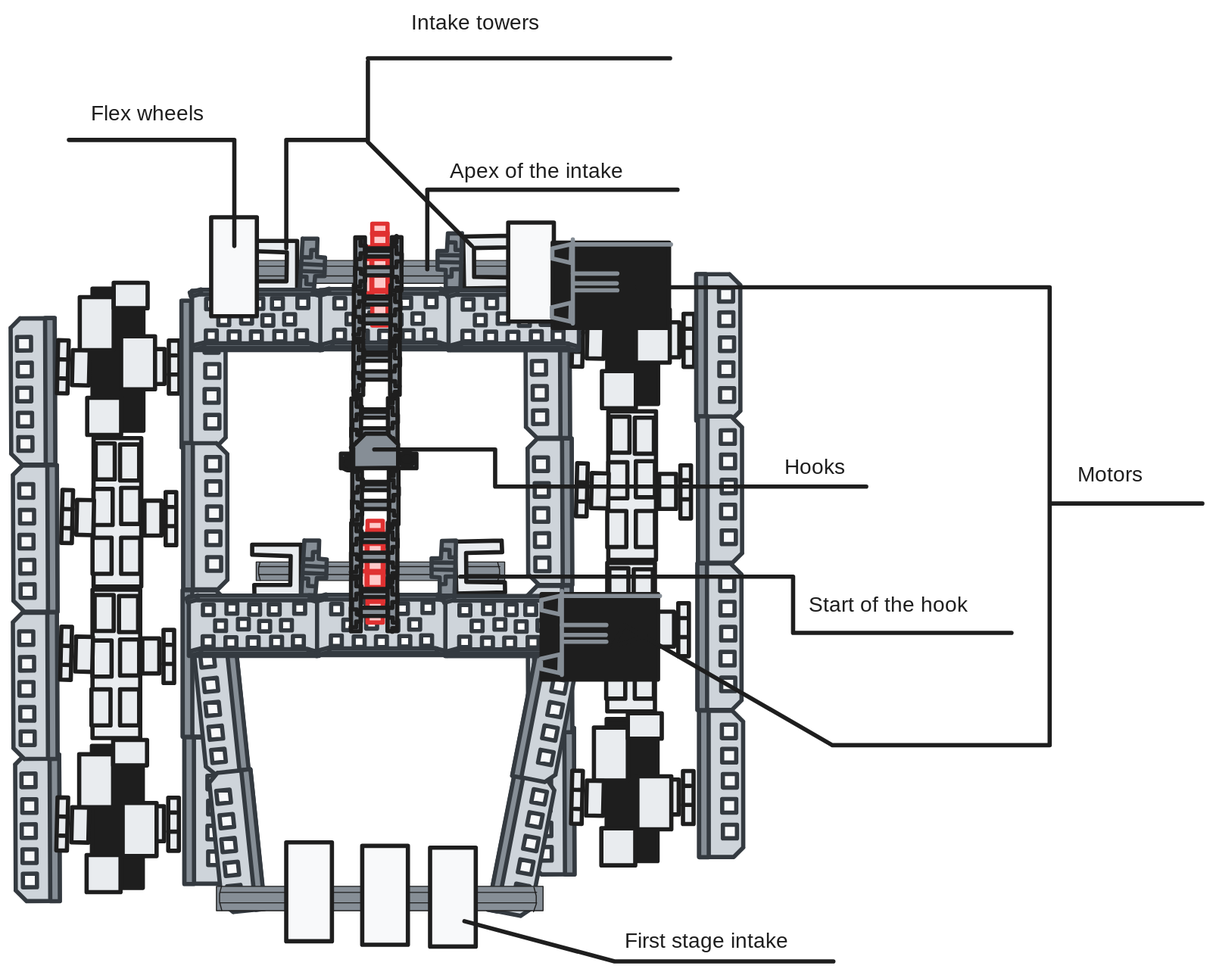
Before: entries/intake-2/identify/intake-new-design.excalidraw.svg, a diagram exported from Excalidraw (Area-53-Robotics/53D-High-Stakes-Notebook). Source tidied: one line per element, renumbered; positions are measured from the earlier drawing's top-left corner, leaving out a move shared by most shapes.
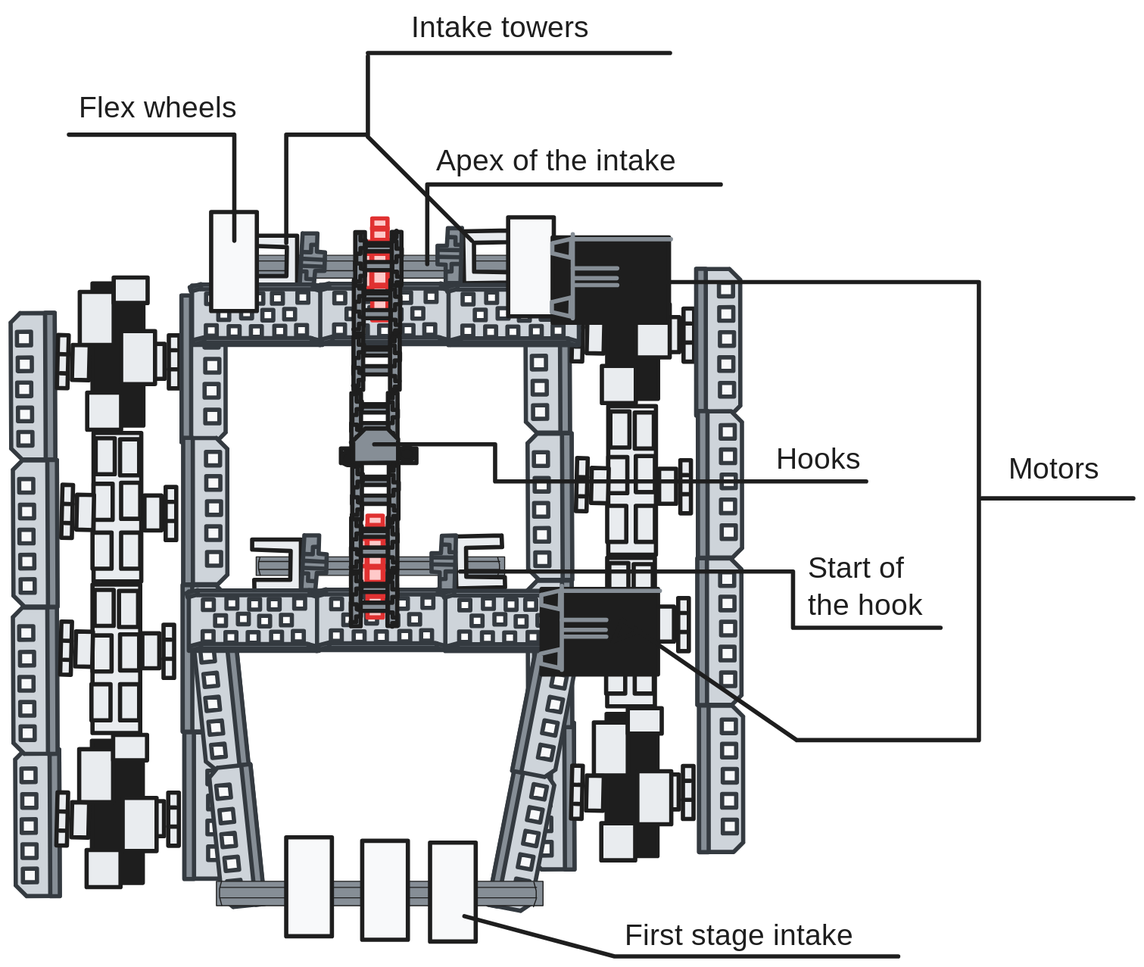
After the change.

Change to the diagram source:
```diff
@@ -534,19 +534,19 @@
 {"id": 533, "type": "line", "strokeColor": "#1e1e1e", "backgroundColor": "#868e96", "fillStyle": "solid", "strokeWidth": 4, "roughness": 0, "x": 416, "y": 261, "width": 4, "height": 3, "points": [[0, 0], [-4, 0], [-4, 3]]}
 {"id": 534, "type": "line", "strokeColor": "#1e1e1e", "backgroundColor": "#868e96", "fillStyle": "solid", "strokeWidth": 4, "roughness": 0, "x": 382, "y": 249, "width": 10, "height": 11, "points": [[0, 0], [0, 6], [-4, 6], [-4, 11], [-10, 11]]}
 {"id": 535, "type": "line", "strokeColor": "#1e1e1e", "backgroundColor": "#868e96", "fillStyle": "solid", "strokeWidth": 4, "roughness": 0, "x": 407, "y": 226, "width": 24, "height": 0, "points": [[0, 0], [-24, 0]]}
-{"id": 536, "type": "line", "strokeColor": "#1e1e1e", "backgroundColor": "#e03131", "fillStyle": "solid", "strokeWidth": 4, "roughness": 0, "x": 441, "y": 244, "width": 236, "height": 75, "points": [[0, 0], [0, -75], [236, -75]]}
+{"id": 536, "type": "line", "strokeColor": "#1e1e1e", "backgroundColor": "#e03131", "fillStyle": "solid", "strokeWidth": 4, "roughness": 0, "x": 441, "y": 244, "width": 277, "height": 75, "points": [[0, 0], [0, -75], [277, -75]]}
-{"id": 537, "type": "text", "text": "Apex of the intake", "strokeColor": "#1e1e1e", "backgroundColor": "#e03131", "fillStyle": "solid", "strokeWidth": 4, "roughness": 0, "fontSize": 20, "fontFamily": 1, "x": 462, "y": 140, "width": 187, "height": 25}
+{"id": 537, "type": "text", "text": "Apex of the intake", "strokeColor": "#1e1e1e", "backgroundColor": "#e03131", "fillStyle": "solid", "strokeWidth": 4, "roughness": 0, "fontSize": 28, "fontFamily": 1, "x": 449, "y": 131, "width": 262, "height": 35}
 {"id": 538, "type": "line", "strokeColor": "#1e1e1e", "backgroundColor": "#e03131", "fillStyle": "solid", "strokeWidth": 4, "roughness": 0, "x": 259, "y": 222, "width": 156, "height": 100, "points": [[0, 0], [0, -100], [-156, -100]]}
-{"id": 539, "type": "text", "text": "Flex wheels", "strokeColor": "#1e1e1e", "backgroundColor": "#e03131", "fillStyle": "solid", "strokeWidth": 4, "roughness": 0, "fontSize": 20, "fontFamily": 1, "x": 124, "y": 86, "width": 109, "height": 25}
+{"id": 539, "type": "text", "text": "Flex wheels", "strokeColor": "#1e1e1e", "backgroundColor": "#e03131", "fillStyle": "solid", "strokeWidth": 4, "roughness": 0, "fontSize": 28, "fontFamily": 1, "x": 112, "y": 81, "width": 153, "height": 35}
 {"id": 540, "type": "line", "strokeColor": "#1e1e1e", "backgroundColor": "#e03131", "fillStyle": "solid", "strokeWidth": 4, "roughness": 0, "x": 391, "y": 414, "width": 464, "height": 35, "points": [[0, 0], [114, 0], [114, 35], [464, 35]]}
-{"id": 541, "type": "text", "text": "Hooks", "strokeColor": "#1e1e1e", "backgroundColor": "#e03131", "fillStyle": "solid", "strokeWidth": 4, "roughness": 0, "fontSize": 20, "fontFamily": 1, "x": 778, "y": 419, "width": 54, "height": 25}
+{"id": 541, "type": "text", "text": "Hooks", "strokeColor": "#1e1e1e", "backgroundColor": "#e03131", "fillStyle": "solid", "strokeWidth": 4, "roughness": 0, "fontSize": 28, "fontFamily": 1, "x": 770, "y": 412, "width": 75, "height": 35}
-{"id": 542, "type": "line", "strokeColor": "#1e1e1e", "backgroundColor": "#e03131", "fillStyle": "solid", "strokeWidth": 4, "roughness": 0, "x": 472, "y": 534, "width": 520, "height": 53, "points": [[0, 0], [314, 0], [314, 53], [520, 53]]}
+{"id": 542, "type": "line", "strokeColor": "#1e1e1e", "backgroundColor": "#e03131", "fillStyle": "solid", "strokeWidth": 4, "roughness": 0, "x": 472, "y": 534, "width": 453, "height": 53, "points": [[0, 0], [314, 0], [314, 53], [453, 53]]}
-{"id": 543, "type": "text", "text": "Start of the hook", "strokeColor": "#1e1e1e", "backgroundColor": "#e03131", "fillStyle": "solid", "strokeWidth": 4, "roughness": 0, "fontSize": 20, "fontFamily": 1, "x": 801, "y": 549, "width": 181, "height": 25}
+{"id": 543, "type": "text", "text": "Start of\nthe hook", "strokeColor": "#1e1e1e", "backgroundColor": "#e03131", "fillStyle": "solid", "strokeWidth": 4, "roughness": 0, "fontSize": 28, "fontFamily": 1, "x": 800, "y": 515, "width": 122, "height": 70}
 {"id": 544, "type": "line", "strokeColor": "#1e1e1e", "backgroundColor": "#e03131", "fillStyle": "solid", "strokeWidth": 4, "roughness": 0, "x": 308, "y": 224, "width": 175, "height": 176, "points": [[0, 0], [0, -102], [77, -102], [77, -176], [77, -100], [175, -2]]}
 {"id": 545, "type": "line", "strokeColor": "#1e1e1e", "backgroundColor": "#e03131", "fillStyle": "solid", "strokeWidth": 4, "roughness": 0, "x": 385, "y": 45, "width": 285, "height": 0, "points": [[0, 0], [285, 0]]}
-{"id": 546, "type": "text", "text": "Intake towers", "strokeColor": "#1e1e1e", "backgroundColor": "#e03131", "fillStyle": "solid", "strokeWidth": 4, "roughness": 0, "fontSize": 20, "fontFamily": 1, "x": 426, "y": 0, "width": 141, "height": 25}
+{"id": 546, "type": "text", "text": "Intake towers", "strokeColor": "#1e1e1e", "backgroundColor": "#e03131", "fillStyle": "solid", "strokeWidth": 4, "roughness": 0, "fontSize": 28, "fontFamily": 1, "x": 426, "y": 5, "width": 197, "height": 35}
-{"id": 547, "type": "line", "strokeColor": "#1e1e1e", "backgroundColor": "#e03131", "fillStyle": "solid", "strokeWidth": 4, "roughness": 0, "x": 639, "y": 261, "width": 412, "height": 432, "points": [[0, 0], [389, 0], [389, 432], [184, 432], [-12, 319], [-23, 339], [8, 329]]}
+{"id": 547, "type": "line", "strokeColor": "#1e1e1e", "backgroundColor": "#e03131", "fillStyle": "solid", "strokeWidth": 4, "roughness": 0, "x": 635, "y": 261, "width": 345, "height": 432, "points": [[0, 0], [326, 0], [326, 432], [154, 432], [-10, 319], [-19, 339], [7, 329]]}
-{"id": 548, "type": "line", "strokeColor": "#1e1e1e", "backgroundColor": "#e03131", "fillStyle": "solid", "strokeWidth": 4, "roughness": 0, "x": 1029, "y": 465, "width": 143, "height": 0, "points": [[0, 0], [143, 0]]}
+{"id": 548, "type": "line", "strokeColor": "#1e1e1e", "backgroundColor": "#e03131", "fillStyle": "solid", "strokeWidth": 4, "roughness": 0, "x": 964, "y": 465, "width": 143, "height": 0, "points": [[0, 0], [143, 0]]}
-{"id": 549, "type": "text", "text": "Motors", "strokeColor": "#1e1e1e", "backgroundColor": "#e03131", "fillStyle": "solid", "strokeWidth": 4, "roughness": 0, "fontSize": 20, "fontFamily": 1, "x": 1054, "y": 426, "width": 68, "height": 25}
+{"id": 549, "type": "text", "text": "Motors", "strokeColor": "#1e1e1e", "backgroundColor": "#e03131", "fillStyle": "solid", "strokeWidth": 4, "roughness": 0, "fontSize": 28, "fontFamily": 1, "x": 989, "y": 421, "width": 96, "height": 35}
-{"id": 550, "type": "line", "strokeColor": "#1e1e1e", "backgroundColor": "#e03131", "fillStyle": "solid", "strokeWidth": 4, "roughness": 0, "x": 476, "y": 859, "width": 348, "height": 38, "points": [[0, 0], [142, 38], [348, 38]]}
+{"id": 550, "type": "line", "strokeColor": "#1e1e1e", "backgroundColor": "#e03131", "fillStyle": "solid", "strokeWidth": 4, "roughness": 0, "x": 476, "y": 859, "width": 409, "height": 38, "points": [[0, 0], [142, 38], [409, 38]]}
-{"id": 551, "type": "text", "text": "First stage intake", "strokeColor": "#1e1e1e", "backgroundColor": "#e03131", "fillStyle": "solid", "strokeWidth": 4, "roughness": 0, "fontSize": 20, "fontFamily": 1, "x": 627, "y": 866, "width": 182, "height": 25}
+{"id": 551, "type": "text", "text": "First stage intake", "strokeColor": "#1e1e1e", "backgroundColor": "#e03131", "fillStyle": "solid", "strokeWidth": 4, "roughness": 0, "fontSize": 28, "fontFamily": 1, "x": 627, "y": 861, "width": 255, "height": 35}
```
